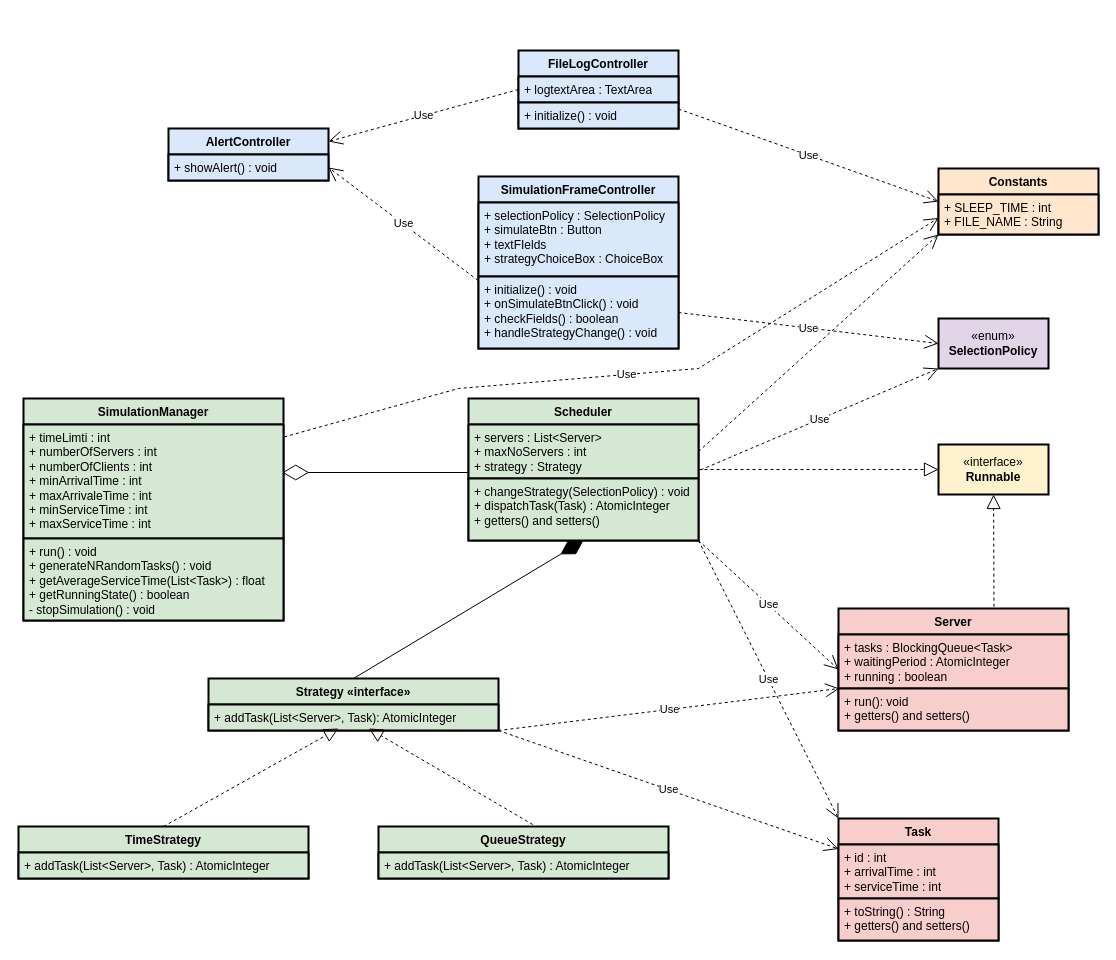
This is diagrams/classDiagram.drawio from tudy0406/Queues-Management-Application, a draw.io file, before an edit. Source tidied: cells renumbered, new cells numbered last; positions are measured from the earlier drawing's top-left corner, leaving out a move shared by most shapes. Both pictures are drawn from the tidied source at 100%, with x=0, y=0 at pixel (18, 50).
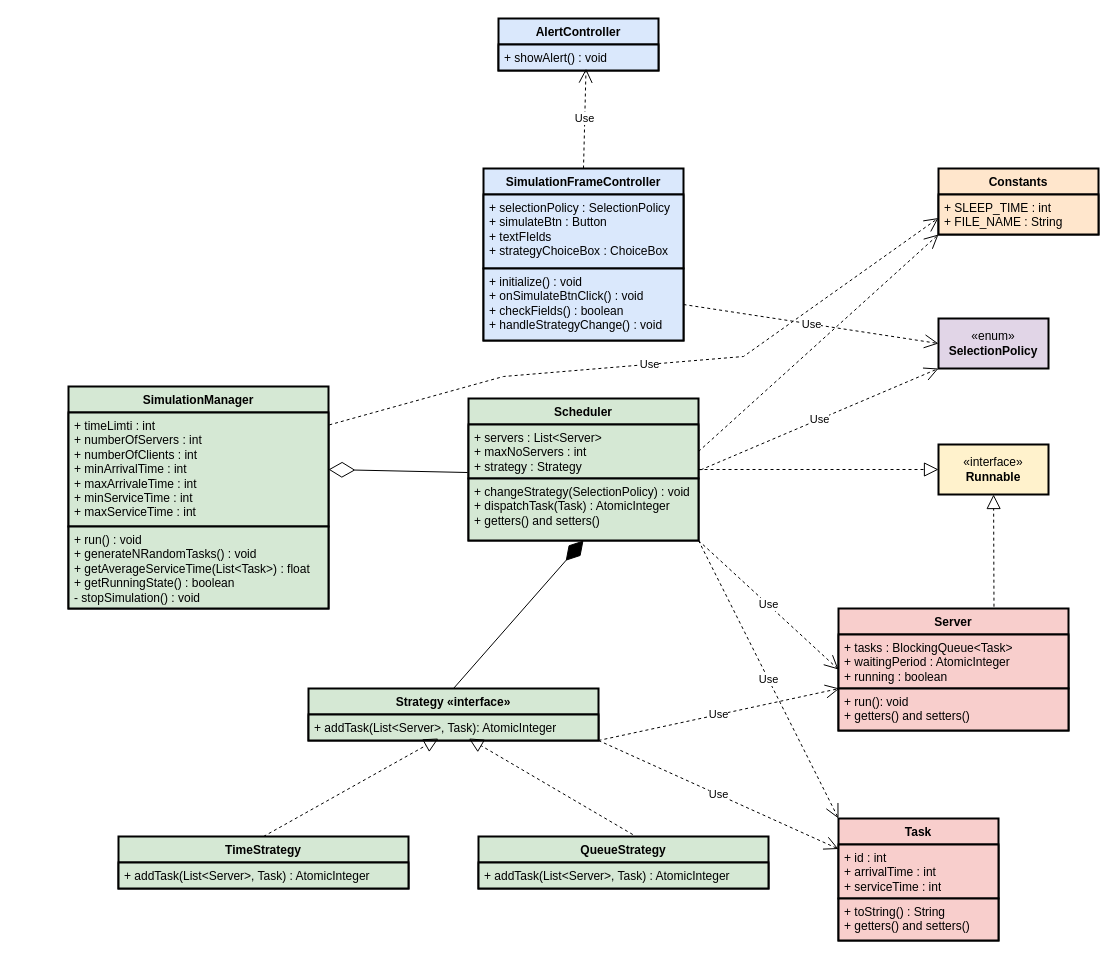
The same diagram, later.

Unchanged cells that the change refers to:
```xml
<mxCell id="6" value="+ showAlert() : void" style="text;strokeColor=light-dark(#000000, #5c79a3);fillColor=#dae8fc;align=left;verticalAlign=top;spacingLeft=4;spacingRight=4;overflow=hidden;points=[[0,0.5],[1,0.5]];portConstraint=eastwest;whiteSpace=wrap;html=1;strokeWidth=2;" parent="5" vertex="1">
  <mxGeometry y="26" width="160" height="26" as="geometry" />
</mxCell>
<mxCell id="14" value="&lt;div&gt;+ selectionPolicy : SelectionPolicy&lt;/div&gt;&lt;div&gt;+ simulateBtn : Button&lt;/div&gt;&lt;div&gt;+ textFIelds&lt;/div&gt;&lt;div&gt;+ strategyChoiceBox : ChoiceBox&lt;/div&gt;" style="text;strokeColor=light-dark(#000000, #5c79a3);fillColor=#dae8fc;align=left;verticalAlign=top;spacingLeft=4;spacingRight=4;overflow=hidden;points=[[0,0.5],[1,0.5]];portConstraint=eastwest;whiteSpace=wrap;html=1;strokeWidth=2;" parent="13" vertex="1">
  <mxGeometry y="26" width="200" height="74" as="geometry" />
</mxCell>
<mxCell id="16" value="Constants" style="swimlane;fontStyle=1;align=center;verticalAlign=top;horizontal=1;startSize=26;whiteSpace=wrap;html=1;fillColor=#ffe6cc;strokeColor=light-dark(#000000, #996500);strokeWidth=2;" parent="1" vertex="1">
  <mxGeometry x="920" y="118" width="160" height="66" as="geometry" />
</mxCell>
<mxCell id="24" value="&lt;div&gt;+ timeLimti : int&lt;/div&gt;&lt;div&gt;+ numberOfServers : int&lt;/div&gt;&lt;div&gt;+ numberOfClients : int&lt;/div&gt;&lt;div&gt;+ minArrivalTime : int&lt;/div&gt;&lt;div&gt;+ maxArrivaleTime : int&lt;/div&gt;&lt;div&gt;+ minServiceTime : int&lt;/div&gt;&lt;div&gt;+ maxServiceTime : int&lt;/div&gt;" style="text;strokeColor=#000000;fillColor=#d5e8d4;align=left;verticalAlign=top;spacingLeft=4;spacingRight=4;overflow=hidden;points=[[0,0.5],[1,0.5]];portConstraint=eastwest;whiteSpace=wrap;html=1;strokeWidth=2;" parent="22" vertex="1">
  <mxGeometry y="26" width="260" height="114" as="geometry" />
</mxCell>
<mxCell id="29" value="&lt;div&gt;+ servers : List&amp;lt;Server&amp;gt;&lt;/div&gt;&lt;div&gt;+ maxNoServers : int&lt;/div&gt;&lt;div&gt;+ strategy : Strategy&lt;/div&gt;" style="text;strokeColor=default;fillColor=#d5e8d4;align=left;verticalAlign=top;spacingLeft=4;spacingRight=4;overflow=hidden;points=[[0,0.5],[1,0.5]];portConstraint=eastwest;whiteSpace=wrap;html=1;strokeWidth=2;" parent="28" vertex="1">
  <mxGeometry y="26" width="230" height="54" as="geometry" />
</mxCell>
```

Diff of the diagram source:
```diff
@@
     <mxCell id="5" value="AlertController" style="swimlane;fontStyle=1;align=center;verticalAlign=top;horizontal=1;startSize=26;whiteSpace=wrap;html=1;fillColor=#dae8fc;strokeColor=light-dark(#000000, #5c79a3);strokeWidth=2;" parent="1" vertex="1">
-      <mxGeometry x="150" y="78" width="160" height="52" as="geometry" />
+      <mxGeometry x="480" y="-32" width="160" height="52" as="geometry" />
     </mxCell>
@@
-    <mxCell id="10" value="FileLogController" style="swimlane;fontStyle=1;align=center;verticalAlign=top;horizontal=1;startSize=26;whiteSpace=wrap;html=1;fillColor=#dae8fc;strokeColor=light-dark(#000000, #5c79a3);strokeWidth=2;" parent="1" vertex="1">
-      <mxGeometry x="500" width="160" height="78" as="geometry" />
-    </mxCell>
-    <mxCell id="11" value="+ logtextArea : TextArea" style="text;strokeColor=light-dark(#000000, #5c79a3);fillColor=#dae8fc;align=left;verticalAlign=top;spacingLeft=4;spacingRight=4;overflow=hidden;whiteSpace=wrap;html=1;strokeWidth=2;" parent="10" vertex="1">
-      <mxGeometry y="26" width="160" height="26" as="geometry" />
-    </mxCell>
-    <mxCell id="12" value="+ initialize() : void" style="text;strokeColor=light-dark(#000000, #5c79a3);fillColor=#dae8fc;align=left;verticalAlign=top;spacingLeft=4;spacingRight=4;overflow=hidden;whiteSpace=wrap;html=1;strokeWidth=2;" parent="10" vertex="1">
-      <mxGeometry y="52" width="160" height="26" as="geometry" />
-    </mxCell>
     <mxCell id="13" value="SimulationFrameController" style="swimlane;fontStyle=1;align=center;verticalAlign=top;horizontal=1;startSize=26;whiteSpace=wrap;html=1;fillColor=#dae8fc;strokeColor=light-dark(#000000, #5c79a3);strokeWidth=2;" parent="1" vertex="1">
-      <mxGeometry x="460" y="126" width="200" height="172" as="geometry" />
+      <mxGeometry x="465" y="118" width="200" height="172" as="geometry" />
     </mxCell>
@@
     <mxCell id="18" value="QueueStrategy" style="swimlane;fontStyle=1;align=center;verticalAlign=top;horizontal=1;startSize=26;whiteSpace=wrap;html=1;fillColor=#d5e8d4;strokeColor=default;strokeWidth=2;" parent="1" vertex="1">
-      <mxGeometry x="360" y="776" width="290" height="52" as="geometry" />
+      <mxGeometry x="460" y="786" width="290" height="52" as="geometry" />
     </mxCell>
@@
     <mxCell id="20" value="TimeStrategy" style="swimlane;fontStyle=1;align=center;verticalAlign=top;horizontal=1;startSize=26;whiteSpace=wrap;html=1;fillColor=#d5e8d4;strokeColor=default;strokeWidth=2;" parent="1" vertex="1">
-      <mxGeometry y="776" width="290" height="52" as="geometry" />
+      <mxGeometry x="100" y="786" width="290" height="52" as="geometry" />
     </mxCell>
@@
     <mxCell id="22" value="SimulationManager" style="swimlane;fontStyle=1;align=center;verticalAlign=top;horizontal=1;startSize=26;whiteSpace=wrap;html=1;fillColor=#d5e8d4;strokeColor=#000000;strokeWidth=2;" parent="1" vertex="1">
-      <mxGeometry x="5" y="348" width="260" height="222" as="geometry" />
+      <mxGeometry x="50" y="336" width="260" height="222" as="geometry" />
     </mxCell>
@@
     <mxCell id="26" value="Strategy «interface»" style="swimlane;fontStyle=1;align=center;verticalAlign=top;horizontal=1;startSize=26;whiteSpace=wrap;html=1;fillColor=#d5e8d4;strokeColor=#000000;strokeWidth=2;" parent="1" vertex="1">
-      <mxGeometry x="190" y="628" width="290" height="52" as="geometry" />
+      <mxGeometry x="290" y="638" width="290" height="52" as="geometry" />
     </mxCell>
@@
-    <mxCell id="36" style="endArrow=diamondThin;endFill=0;endSize=24;html=1;rounded=0;entryX=0.995;entryY=0.421;entryDx=0;entryDy=0;exitX=-0.004;exitY=0.889;exitDx=0;exitDy=0;exitPerimeter=0;entryPerimeter=0;" parent="1" edge="1" source="29" target="24">
+    <mxCell id="36" style="endArrow=diamondThin;endFill=0;endSize=24;html=1;rounded=0;entryX=1;entryY=0.5;entryDx=0;entryDy=0;exitX=-0.004;exitY=0.889;exitDx=0;exitDy=0;exitPerimeter=0;" parent="1" edge="1" source="29" target="24">
       <mxGeometry relative="1" as="geometry" />
     </mxCell>
@@
-    <mxCell id="45" value="Use" style="endArrow=open;endSize=12;dashed=1;html=1;rounded=0;exitX=1;exitY=0.75;exitDx=0;exitDy=0;entryX=0;entryY=0.5;entryDx=0;entryDy=0;" parent="1" edge="1" source="10" target="16">
-      <mxGeometry relative="1" as="geometry" />
-    </mxCell>
-    <mxCell id="46" value="Use" style="endArrow=open;endSize=12;dashed=1;html=1;rounded=0;exitX=-0.002;exitY=1.054;exitDx=0;exitDy=0;exitPerimeter=0;entryX=1;entryY=0.5;entryDx=0;entryDy=0;" parent="1" edge="1" source="14" target="6">
+    <mxCell id="46" value="Use" style="endArrow=open;endSize=12;dashed=1;html=1;rounded=0;exitX=0.5;exitY=0;exitDx=0;exitDy=0;entryX=0.547;entryY=0.931;entryDx=0;entryDy=0;entryPerimeter=0;" parent="1" edge="1" source="13" target="6">
       <mxGeometry relative="1" as="geometry" />
     </mxCell>
-    <mxCell id="47" value="Use" style="endArrow=open;endSize=12;dashed=1;html=1;rounded=0;exitX=0;exitY=0.5;exitDx=0;exitDy=0;entryX=1;entryY=0.25;entryDx=0;entryDy=0;" parent="1" edge="1" source="10" target="5">
-      <mxGeometry relative="1" as="geometry" />
-    </mxCell>
```
